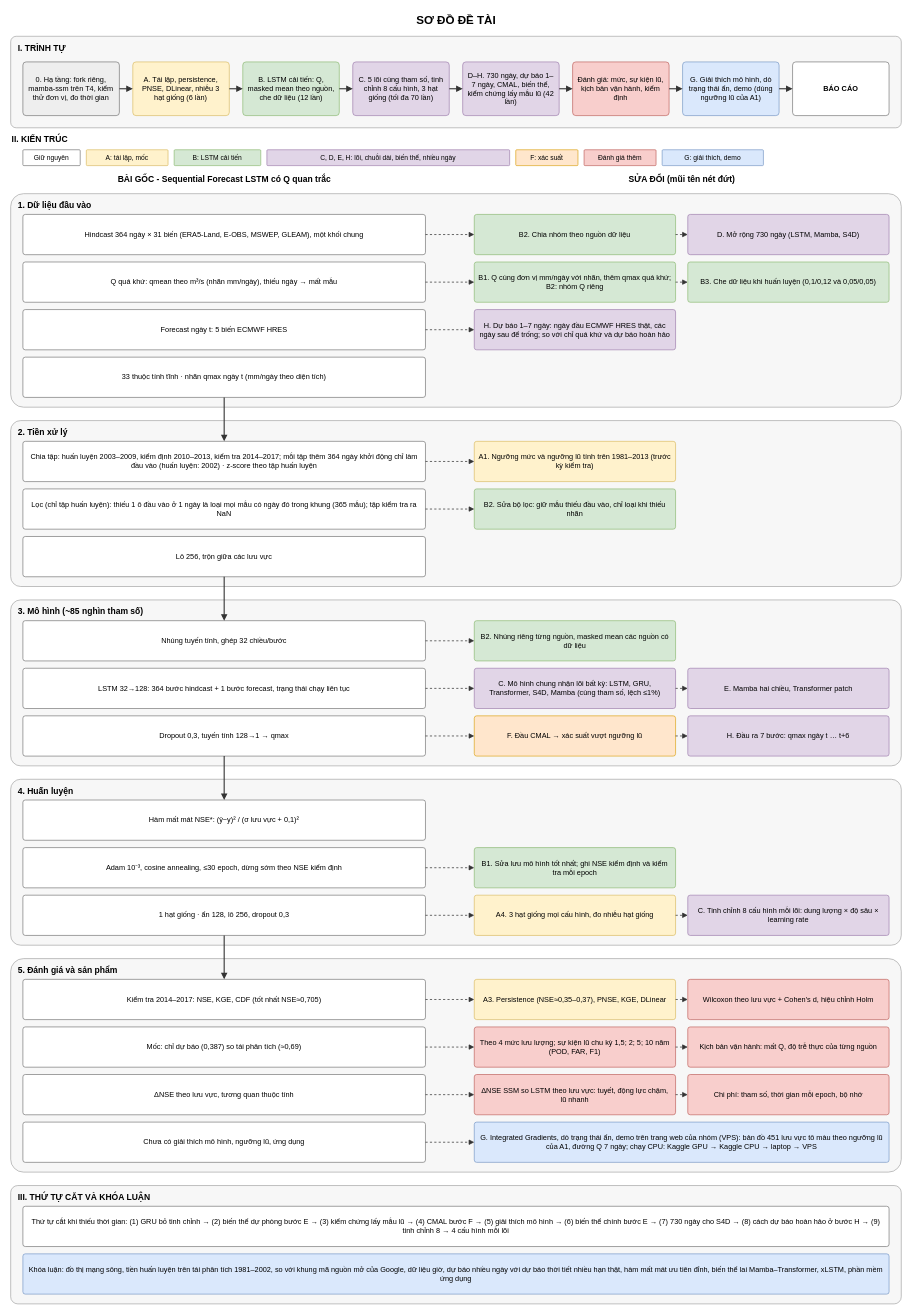
The draw.io diagram Diagrams/ProjectDiagram.drawio in Ticasslo/TieuLuanChuyenNganh, before the edit. Source tidied: cells renumbered, new cells numbered last; positions are measured from the earlier drawing's top-left corner, leaving out a move shared by most shapes. Both pictures are drawn from the tidied source at 61%, with x=0, y=0 at pixel (10, 10).
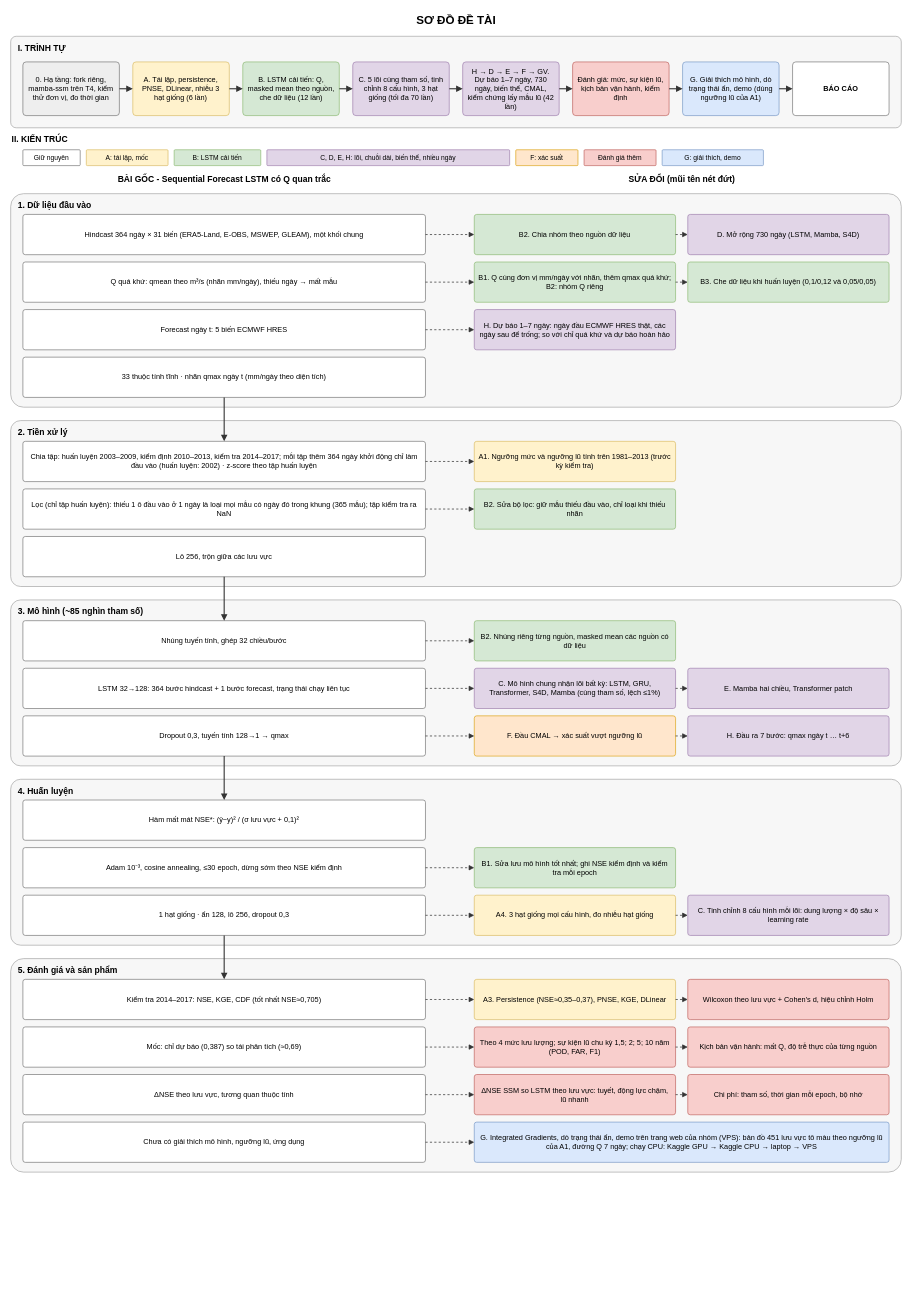
The same diagram, later.

Diff of the diagram source:
```diff
@@
-    <mxCell id="11" value="D–H. 730 ngày, dự báo 1–7 ngày, CMAL, biến thể, kiểm chứng lấy mẫu lũ (42 lần)" style="rounded=1;arcSize=6;whiteSpace=wrap;html=1;fillColor=#e1d5e7;strokeColor=#9673a6;fontSize=12;align=center;spacingLeft=6;spacingRight=6;" parent="1" vertex="1">
+    <mxCell id="11" value="H → D → E → F → GV. Dự báo 1–7 ngày, 730 ngày, biến thể, CMAL, kiểm chứng lấy mẫu lũ (42 lần)" style="rounded=1;arcSize=6;whiteSpace=wrap;html=1;fillColor=#e1d5e7;strokeColor=#9673a6;fontSize=12;align=center;spacingLeft=6;spacingRight=6;" parent="1" vertex="1">
       <mxGeometry x="741" y="84" width="158.2" height="88" as="geometry" />
     </mxCell>
@@
-    <mxCell id="99" value="III. THỨ TỰ CẮT VÀ KHÓA LUẬN" style="rounded=1;arcSize=6;whiteSpace=wrap;html=1;fillColor=#f7f7f7;strokeColor=#999999;fontSize=14;align=left;fontStyle=1;verticalAlign=top;spacingLeft=10;spacingTop=4;" parent="1" vertex="1">
-      <mxGeometry y="1926" width="1460" height="194" as="geometry" />
-    </mxCell>
-    <mxCell id="100" value="Thứ tự cắt khi thiếu thời gian: (1) GRU bỏ tinh chỉnh → (2) biến thể dự phòng bước E → (3) kiểm chứng lấy mẫu lũ → (4) CMAL bước F → (5) giải thích mô hình → (6) biến thể chính bước E → (7) 730 ngày cho S4D → (8) cách dự báo hoàn hảo ở bước H → (9) tinh chỉnh 8 → 4 cấu hình mỗi lõi" style="rounded=1;arcSize=6;whiteSpace=wrap;html=1;fillColor=#ffffff;strokeColor=#666666;fontSize=12;align=center;spacingLeft=6;spacingRight=6;" parent="1" vertex="1">
-      <mxGeometry x="20" y="1960" width="1420" height="66" as="geometry" />
-    </mxCell>
-    <mxCell id="101" value="Khóa luận: đồ thị mạng sông, tiền huấn luyện trên tái phân tích 1981–2002, so với khung mã nguồn mở của Google, dữ liệu giờ, dự báo nhiều ngày với dự báo thời tiết nhiều hạn thật, hàm mất mát ưu tiên đỉnh, biến thể lai Mamba–Transformer, xLSTM, phần mềm ứng dụng" style="rounded=1;arcSize=6;whiteSpace=wrap;html=1;fillColor=#dae8fc;strokeColor=#6c8ebf;fontSize=12;align=center;spacingLeft=6;spacingRight=6;" parent="1" vertex="1">
-      <mxGeometry x="20" y="2038" width="1420" height="66" as="geometry" />
-    </mxCell>
```
